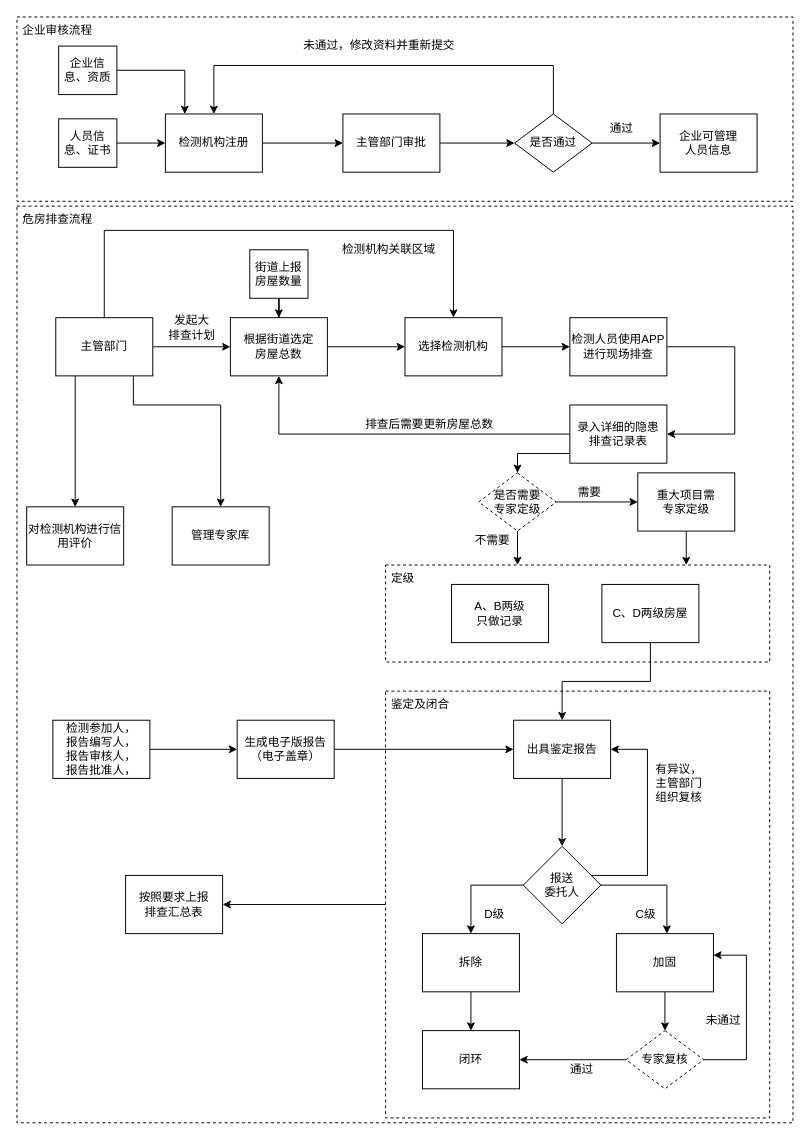
Before: inspect/房屋安全鉴定管理系统.drawio in Napoleon1234/Draw, a draw.io diagram. Source tidied: cells renumbered, new cells numbered last; positions are measured from the earlier drawing's top-left corner, leaving out a move shared by most shapes. Both pictures are drawn from the tidied source at 97%, with x=0, y=0 at pixel (16, 16).
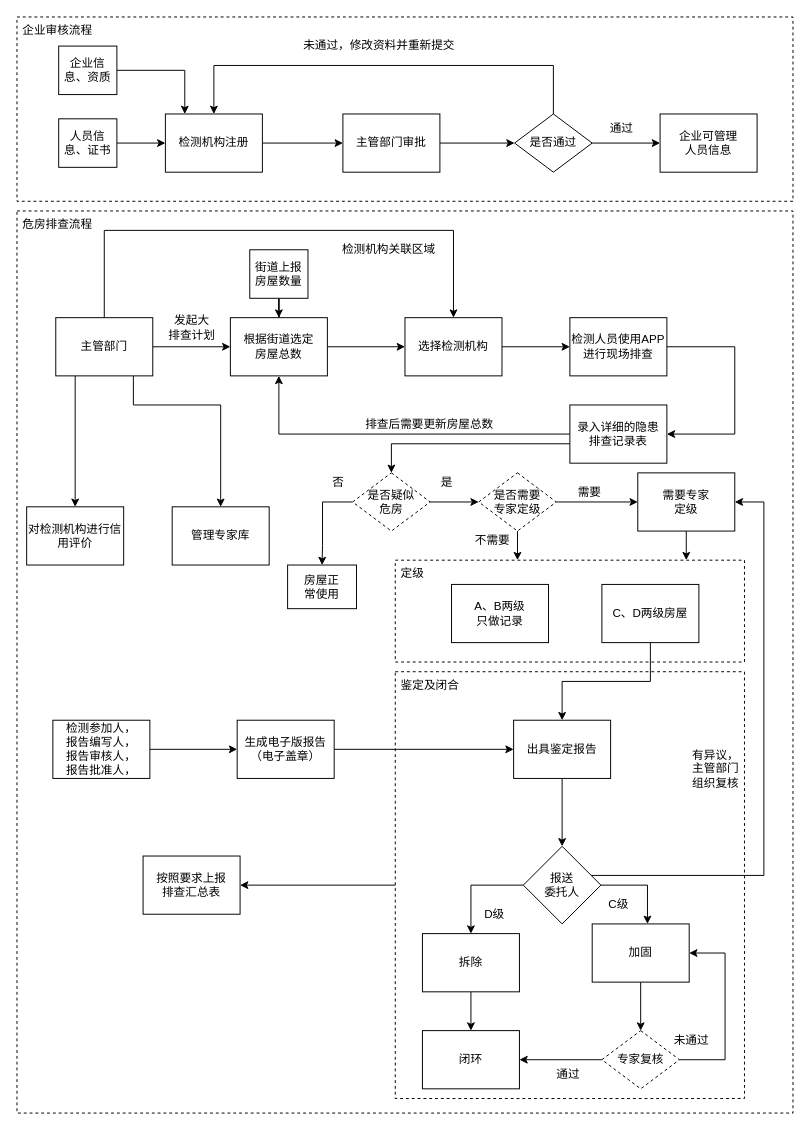
The same page after the edit.

Commit message:
Update 房屋安全鉴定管理系统.drawio

Unchanged cells that the change refers to:
```xml
<mxCell id="31" value="录入详细的隐患&lt;br&gt;排查记录表" style="rounded=0;whiteSpace=wrap;html=1;" parent="1" vertex="1">
  <mxGeometry x="570" y="400" width="100" height="60" as="geometry" />
</mxCell>
<mxCell id="36" value="出具鉴定报告" style="rounded=0;whiteSpace=wrap;html=1;" parent="1" vertex="1">
  <mxGeometry x="512" y="725" width="100" height="60" as="geometry" />
</mxCell>
<mxCell id="49" value="报送&lt;br&gt;委托人" style="rhombus;whiteSpace=wrap;html=1;" parent="1" vertex="1">
  <mxGeometry x="522" y="855" width="80" height="80" as="geometry" />
</mxCell>
<mxCell id="68" value="是否需要&lt;br&gt;专家定级" style="rhombus;whiteSpace=wrap;html=1;dashed=1;strokeColor=default;" parent="1" vertex="1">
  <mxGeometry x="476" y="470" width="80" height="60" as="geometry" />
</mxCell>
```

What changed in the source:
```diff
@@
-    <mxCell id="30" style="edgeStyle=orthogonalEdgeStyle;rounded=0;jettySize=auto;html=1;entryX=0.5;entryY=0;entryDx=0;entryDy=0;" parent="1" edge="1" source="31" target="68">
-      <mxGeometry relative="1" as="geometry">
-        <Array as="points">
-          <mxPoint x="516" y="450" />
-        </Array>
-      </mxGeometry>
-    </mxCell>
+    <mxCell id="76" style="edgeStyle=orthogonalEdgeStyle;rounded=0;jettySize=auto;html=1;" parent="1" edge="1" source="31" target="80">
+      <mxGeometry relative="1" as="geometry">
+        <Array as="points">
+          <mxPoint x="386" y="440" />
+        </Array>
+      </mxGeometry>
+    </mxCell>
@@
-    <mxCell id="39" style="edgeStyle=orthogonalEdgeStyle;rounded=0;jettySize=auto;html=1;" parent="1" edge="1" source="40">
-      <mxGeometry relative="1" as="geometry">
-        <mxPoint x="668" y="1045" as="targetPoint" />
-      </mxGeometry>
-    </mxCell>
+    <mxCell id="77" style="edgeStyle=orthogonalEdgeStyle;rounded=0;jettySize=auto;html=1;" parent="1" edge="1" source="40" target="62">
+      <mxGeometry relative="1" as="geometry" />
+    </mxCell>
     <mxCell id="40" value="加固" style="rounded=0;whiteSpace=wrap;html=1;" parent="1" vertex="1">
-      <mxGeometry x="618" y="945" width="100" height="60" as="geometry" />
+      <mxGeometry x="593" y="935" width="100" height="60" as="geometry" />
     </mxCell>
     <mxCell id="41" value="C级" style="text;html=1;align=center;verticalAlign=middle;fillColor=none;strokeColor=none;rounded=0;" parent="1" vertex="1">
-      <mxGeometry x="628" y="915" width="40" height="20" as="geometry" />
+      <mxGeometry x="600" y="905" width="40" height="20" as="geometry" />
     </mxCell>
@@
     <mxCell id="45" value="定级" style="text;strokeColor=default;fillColor=none;align=left;verticalAlign=top;spacingLeft=4;spacingRight=4;overflow=hidden;points=[[0,0.5],[1,0.5]];portConstraint=eastwest;dashed=1;" parent="1" vertex="1">
-      <mxGeometry x="380" y="565" width="396" height="100" as="geometry" />
+      <mxGeometry x="390" y="560" width="360" height="105" as="geometry" />
     </mxCell>
-    <mxCell id="46" style="edgeStyle=orthogonalEdgeStyle;rounded=0;jettySize=auto;html=1;entryX=1;entryY=0.5;entryDx=0;entryDy=0;" parent="1" edge="1" source="49" target="36">
+    <mxCell id="46" style="edgeStyle=orthogonalEdgeStyle;rounded=0;jettySize=auto;html=1;entryX=1;entryY=0.5;entryDx=0;entryDy=0;" parent="1" edge="1" source="49" target="59">
       <mxGeometry relative="1" as="geometry">
         <Array as="points">
-          <mxPoint x="650" y="885" />
-          <mxPoint x="650" y="755" />
+          <mxPoint x="770" y="885" />
+          <mxPoint x="770" y="500" />
         </Array>
       </mxGeometry>
     </mxCell>
@@
     <mxCell id="48" style="edgeStyle=orthogonalEdgeStyle;rounded=0;jettySize=auto;html=1;" parent="1" edge="1" source="49" target="40">
       <mxGeometry relative="1" as="geometry">
         <Array as="points">
-          <mxPoint x="670" y="895" />
+          <mxPoint x="650" y="895" />
         </Array>
       </mxGeometry>
     </mxCell>
@@
     <mxCell id="50" value="有异议，&lt;br&gt;主管部门&lt;br&gt;组织复核" style="text;html=1;align=center;verticalAlign=middle;fillColor=none;strokeColor=none;rounded=0;dashed=1;" parent="1" vertex="1">
-      <mxGeometry x="652" y="765" width="60" height="50" as="geometry" />
+      <mxGeometry x="690" y="750" width="60" height="50" as="geometry" />
     </mxCell>
@@
     <mxCell id="56" value="按照要求上报&lt;br&gt;排查汇总表" style="rounded=0;whiteSpace=wrap;html=1;" parent="1" vertex="1">
-      <mxGeometry x="112" y="885" width="100" height="60" as="geometry" />
+      <mxGeometry x="130" y="865" width="100" height="60" as="geometry" />
     </mxCell>
@@
-    <mxCell id="59" value="重大项目需&lt;br&gt;专家定级" style="rounded=0;whiteSpace=wrap;html=1;" parent="1" vertex="1">
+    <mxCell id="59" value="需要专家&lt;br&gt;定级" style="rounded=0;whiteSpace=wrap;html=1;" parent="1" vertex="1">
       <mxGeometry x="640" y="470" width="100" height="60" as="geometry" />
     </mxCell>
@@
-    <mxCell id="61" style="edgeStyle=orthogonalEdgeStyle;rounded=0;jettySize=auto;html=1;entryX=0.999;entryY=0.37;entryDx=0;entryDy=0;entryPerimeter=0;" parent="1" edge="1" source="62" target="40">
+    <mxCell id="61" style="edgeStyle=orthogonalEdgeStyle;rounded=0;jettySize=auto;html=1;entryX=1;entryY=0.5;entryDx=0;entryDy=0;" parent="1" edge="1" source="62" target="40">
       <mxGeometry relative="1" as="geometry">
         <Array as="points">
-          <mxPoint x="752" y="1075" />
-          <mxPoint x="752" y="967" />
+          <mxPoint x="730" y="1075" />
+          <mxPoint x="730" y="965" />
         </Array>
       </mxGeometry>
     </mxCell>
     <mxCell id="62" value="专家复核" style="rhombus;whiteSpace=wrap;html=1;dashed=1;strokeColor=default;" parent="1" vertex="1">
-      <mxGeometry x="628" y="1045" width="80" height="60" as="geometry" />
+      <mxGeometry x="603" y="1045" width="80" height="60" as="geometry" />
     </mxCell>
     <mxCell id="63" value="未通过" style="text;html=1;align=center;verticalAlign=middle;fillColor=none;strokeColor=none;rounded=0;dashed=1;" parent="1" vertex="1">
-      <mxGeometry x="703" y="1025" width="50" height="20" as="geometry" />
+      <mxGeometry x="670" y="1045" width="50" height="20" as="geometry" />
     </mxCell>
     <mxCell id="64" value="通过" style="text;html=1;align=center;verticalAlign=middle;fillColor=none;strokeColor=none;rounded=0;dashed=1;" parent="1" vertex="1">
-      <mxGeometry x="562" y="1075" width="40" height="20" as="geometry" />
+      <mxGeometry x="548" y="1080" width="40" height="20" as="geometry" />
     </mxCell>
@@
     <mxCell id="72" value="鉴定及闭合" style="text;strokeColor=default;fillColor=none;align=left;verticalAlign=top;spacingLeft=4;spacingRight=4;overflow=hidden;points=[[0,0.5],[1,0.5]];portConstraint=eastwest;dashed=1;" parent="1" vertex="1">
-      <mxGeometry x="380" y="695" width="396" height="440" as="geometry" />
+      <mxGeometry x="390" y="675" width="360" height="440" as="geometry" />
     </mxCell>
@@
     <mxCell id="75" value="危房排查流程" style="text;strokeColor=default;fillColor=none;align=left;verticalAlign=top;spacingLeft=4;spacingRight=4;overflow=hidden;dashed=1;" parent="1" vertex="1">
-      <mxGeometry y="195" width="800" height="945" as="geometry" />
+      <mxGeometry y="200" width="800" height="930" as="geometry" />
     </mxCell>
+    <mxCell id="78" style="edgeStyle=orthogonalEdgeStyle;rounded=0;jettySize=auto;html=1;entryX=0;entryY=0.5;entryDx=0;entryDy=0;" parent="1" edge="1" source="80" target="68">
+      <mxGeometry relative="1" as="geometry" />
+    </mxCell>
+    <mxCell id="79" style="edgeStyle=orthogonalEdgeStyle;rounded=0;jettySize=auto;html=1;entryX=0.5;entryY=0;entryDx=0;entryDy=0;" parent="1" edge="1" source="80" target="81">
+      <mxGeometry relative="1" as="geometry">
+        <Array as="points">
+          <mxPoint x="315" y="500" />
+          <mxPoint x="315" y="545" />
+        </Array>
+      </mxGeometry>
+    </mxCell>
+    <mxCell id="80" value="是否疑似&lt;br&gt;危房" style="rhombus;whiteSpace=wrap;html=1;dashed=1;strokeColor=default;" parent="1" vertex="1">
+      <mxGeometry x="346" y="470" width="80" height="60" as="geometry" />
+    </mxCell>
+    <mxCell id="81" value="房屋正&lt;br&gt;常使用" style="rounded=0;whiteSpace=wrap;html=1;" parent="1" vertex="1">
+      <mxGeometry x="279" y="565" width="71" height="45" as="geometry" />
+    </mxCell>
+    <mxCell id="82" value="否" style="text;html=1;align=center;verticalAlign=middle;fillColor=none;strokeColor=none;rounded=0;" parent="1" vertex="1">
+      <mxGeometry x="316" y="470" width="30" height="20" as="geometry" />
+    </mxCell>
+    <mxCell id="83" value="是" style="text;html=1;align=center;verticalAlign=middle;fillColor=none;strokeColor=none;rounded=0;" parent="1" vertex="1">
+      <mxGeometry x="428" y="470" width="30" height="20" as="geometry" />
+    </mxCell>
```
